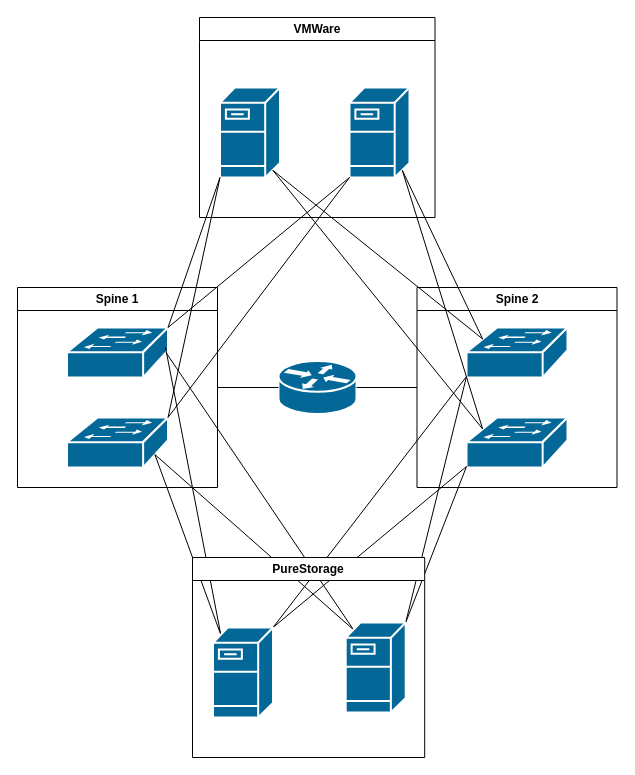
The draw.io diagram 2_Spines.drawio in adamrt918/Diagram, before the edit. Source tidied: cells renumbered, new cells numbered last; positions are measured from the earlier drawing's top-left corner, leaving out a move shared by most shapes. Both pictures are drawn from the tidied source at 100%, with x=0, y=0 at pixel (17, 17).
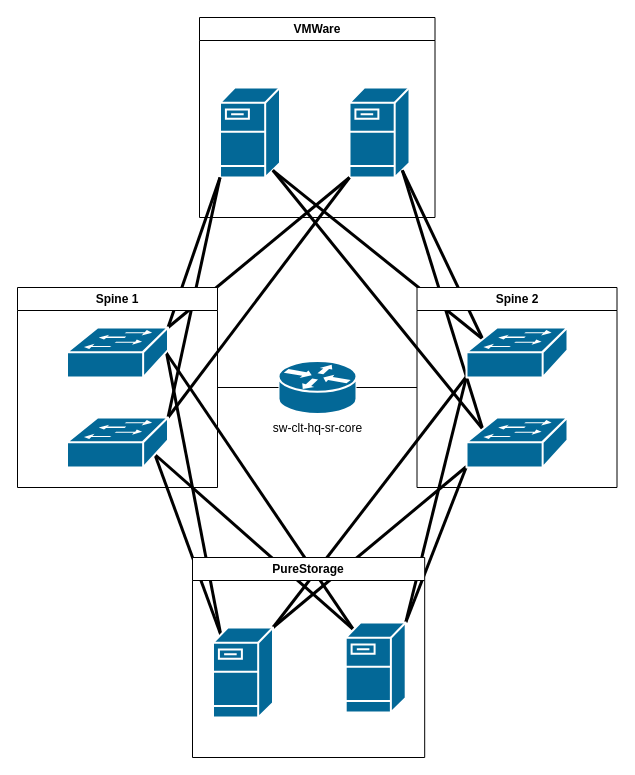
Above is the later version.

Unchanged cells that the change refers to:
```xml
<mxCell id="11" value="VMWare" style="swimlane;whiteSpace=wrap;html=1;" parent="1" vertex="1">
  <mxGeometry x="182" width="235.5" height="200" as="geometry" />
</mxCell>
<mxCell id="22" value="PureStorage" style="swimlane;whiteSpace=wrap;html=1;" parent="1" vertex="1">
  <mxGeometry x="175" y="540" width="232.2" height="200" as="geometry" />
</mxCell>
```

The edit, as a diff of the source:
```diff
@@
-    <mxCell id="2" style="shape=mxgraph.cisco.switches.workgroup_switch;sketch=0;html=1;dashed=0;fillColor=#036897;strokeColor=#ffffff;strokeWidth=2;verticalLabelPosition=bottom;verticalAlign=top;align=center;outlineConnect=0;" parent="1" vertex="1">
-      <mxGeometry x="49.5" y="310" width="101" height="50" as="geometry" />
-    </mxCell>
-    <mxCell id="3" style="shape=mxgraph.cisco.switches.workgroup_switch;sketch=0;html=1;dashed=0;fillColor=#036897;strokeColor=#ffffff;strokeWidth=2;verticalLabelPosition=bottom;verticalAlign=top;align=center;outlineConnect=0;" parent="1" vertex="1">
-      <mxGeometry x="49.5" y="400" width="101" height="50" as="geometry" />
-    </mxCell>
-    <mxCell id="4" value="Spine 1" style="swimlane;whiteSpace=wrap;html=1;" parent="1" vertex="1">
-      <mxGeometry y="270" width="200" height="200" as="geometry" />
-    </mxCell>
-    <mxCell id="5" style="shape=mxgraph.cisco.switches.workgroup_switch;sketch=0;html=1;dashed=0;fillColor=#036897;strokeColor=#ffffff;strokeWidth=2;verticalLabelPosition=bottom;verticalAlign=top;align=center;outlineConnect=0;" parent="1" vertex="1">
-      <mxGeometry x="449" y="310" width="101" height="50" as="geometry" />
-    </mxCell>
-    <mxCell id="6" style="shape=mxgraph.cisco.switches.workgroup_switch;sketch=0;html=1;dashed=0;fillColor=#036897;strokeColor=#ffffff;strokeWidth=2;verticalLabelPosition=bottom;verticalAlign=top;align=center;outlineConnect=0;" parent="1" vertex="1">
-      <mxGeometry x="449" y="400" width="101" height="50" as="geometry" />
-    </mxCell>
-    <mxCell id="7" value="Spine 2" style="swimlane;whiteSpace=wrap;html=1;" parent="1" vertex="1">
-      <mxGeometry x="399.5" y="270" width="200" height="200" as="geometry" />
-    </mxCell>
-    <mxCell id="8" style="shape=mxgraph.cisco.routers.router;sketch=0;html=1;dashed=0;fillColor=#036897;strokeColor=#ffffff;strokeWidth=2;verticalLabelPosition=bottom;verticalAlign=top;align=center;outlineConnect=0;" parent="1" vertex="1">
+    <mxCell id="8" value="sw-clt-hq-sr-core" style="shape=mxgraph.cisco.routers.router;sketch=0;html=1;dashed=0;fillColor=#036897;strokeColor=#ffffff;strokeWidth=2;verticalLabelPosition=bottom;verticalAlign=top;align=center;outlineConnect=0;" parent="1" vertex="1">
       <mxGeometry x="261" y="343.5" width="78" height="53" as="geometry" />
     </mxCell>
@@
-    <mxCell id="12" style="shape=mxgraph.cisco.servers.fileserver;sketch=0;html=1;dashed=0;fillColor=#036897;strokeColor=#ffffff;strokeWidth=2;verticalLabelPosition=bottom;verticalAlign=top;align=center;outlineConnect=0;" parent="11" vertex="1">
+    <mxCell id="12" style="shape=mxgraph.cisco.servers.fileserver;sketch=0;html=1;dashed=0;fillColor=light-dark(#036897,#99FF99);strokeColor=#ffffff;strokeWidth=2;verticalLabelPosition=bottom;verticalAlign=top;align=center;outlineConnect=0;" parent="11" vertex="1">
       <mxGeometry x="20.5" y="70" width="60" height="90" as="geometry" />
     </mxCell>
-    <mxCell id="13" style="shape=mxgraph.cisco.servers.fileserver;sketch=0;html=1;dashed=0;fillColor=#036897;strokeColor=#ffffff;strokeWidth=2;verticalLabelPosition=bottom;verticalAlign=top;align=center;outlineConnect=0;" parent="11" vertex="1">
+    <mxCell id="13" style="shape=mxgraph.cisco.servers.fileserver;sketch=0;html=1;dashed=0;fillColor=light-dark(#036897,#99FF99);strokeColor=#ffffff;strokeWidth=2;verticalLabelPosition=bottom;verticalAlign=top;align=center;outlineConnect=0;" parent="11" vertex="1">
       <mxGeometry x="150" y="70" width="60" height="90" as="geometry" />
     </mxCell>
-    <mxCell id="14" style="endArrow=none;html=1;rounded=0;exitX=0.13;exitY=0.08;exitDx=0;exitDy=0;exitPerimeter=0;" parent="1" edge="1" source="23">
+    <mxCell id="14" style="endArrow=none;html=1;rounded=0;exitX=0.13;exitY=0.08;exitDx=0;exitDy=0;exitPerimeter=0;strokeWidth=3;strokeColor=light-dark(#000000,#FF99CC);" parent="1" edge="1" source="23">
       <mxGeometry relative="1" as="geometry">
         <mxPoint x="148" y="330" as="targetPoint" />
       </mxGeometry>
     </mxCell>
-    <mxCell id="15" style="endArrow=none;html=1;rounded=0;entryX=0.87;entryY=0.74;entryDx=0;entryDy=0;entryPerimeter=0;exitX=0.13;exitY=0.08;exitDx=0;exitDy=0;exitPerimeter=0;" parent="1" edge="1" source="23" target="3">
+    <mxCell id="15" style="endArrow=none;html=1;rounded=0;entryX=0.87;entryY=0.74;entryDx=0;entryDy=0;entryPerimeter=0;exitX=0.13;exitY=0.08;exitDx=0;exitDy=0;exitPerimeter=0;strokeWidth=3;strokeColor=light-dark(#000000,#FF99CC);" parent="1" edge="1" source="23" target="3">
       <mxGeometry relative="1" as="geometry" />
     </mxCell>
-    <mxCell id="16" style="endArrow=none;html=1;rounded=0;exitX=0.13;exitY=0.08;exitDx=0;exitDy=0;exitPerimeter=0;entryX=0.87;entryY=0.74;entryDx=0;entryDy=0;entryPerimeter=0;" parent="1" edge="1" source="24" target="3">
+    <mxCell id="16" style="endArrow=none;html=1;rounded=0;exitX=0.13;exitY=0.08;exitDx=0;exitDy=0;exitPerimeter=0;entryX=0.87;entryY=0.74;entryDx=0;entryDy=0;entryPerimeter=0;strokeWidth=3;strokeColor=light-dark(#000000,#FF99CC);" parent="1" edge="1" source="24" target="3">
       <mxGeometry relative="1" as="geometry" />
     </mxCell>
-    <mxCell id="17" style="endArrow=none;html=1;rounded=0;entryX=0.98;entryY=0.5;entryDx=0;entryDy=0;entryPerimeter=0;exitX=0.13;exitY=0.08;exitDx=0;exitDy=0;exitPerimeter=0;" parent="1" edge="1" source="24" target="2">
+    <mxCell id="17" style="endArrow=none;html=1;rounded=0;entryX=0.98;entryY=0.5;entryDx=0;entryDy=0;entryPerimeter=0;exitX=0.13;exitY=0.08;exitDx=0;exitDy=0;exitPerimeter=0;strokeWidth=3;strokeColor=light-dark(#000000,#FF99CC);" parent="1" edge="1" source="24" target="2">
       <mxGeometry relative="1" as="geometry" />
     </mxCell>
-    <mxCell id="18" style="endArrow=none;html=1;rounded=0;entryX=0;entryY=0.98;entryDx=0;entryDy=0;entryPerimeter=0;exitX=1;exitY=0;exitDx=0;exitDy=0;exitPerimeter=0;" parent="1" edge="1" source="23" target="6">
+    <mxCell id="18" style="endArrow=none;html=1;rounded=0;entryX=0;entryY=0.98;entryDx=0;entryDy=0;entryPerimeter=0;exitX=1;exitY=0;exitDx=0;exitDy=0;exitPerimeter=0;strokeColor=light-dark(#000000,#FF99CC);strokeWidth=3;" parent="1" edge="1" source="23" target="6">
       <mxGeometry relative="1" as="geometry" />
     </mxCell>
-    <mxCell id="19" style="endArrow=none;html=1;rounded=0;entryX=0;entryY=0.98;entryDx=0;entryDy=0;entryPerimeter=0;exitX=1;exitY=0;exitDx=0;exitDy=0;exitPerimeter=0;" parent="1" edge="1" source="23" target="5">
+    <mxCell id="19" style="endArrow=none;html=1;rounded=0;entryX=0;entryY=0.98;entryDx=0;entryDy=0;entryPerimeter=0;exitX=1;exitY=0;exitDx=0;exitDy=0;exitPerimeter=0;strokeWidth=3;strokeColor=light-dark(#000000,#FF99CC);" parent="1" edge="1" source="23" target="5">
       <mxGeometry relative="1" as="geometry" />
     </mxCell>
-    <mxCell id="20" style="endArrow=none;html=1;rounded=0;entryX=0;entryY=0.98;entryDx=0;entryDy=0;entryPerimeter=0;exitX=1;exitY=0;exitDx=0;exitDy=0;exitPerimeter=0;" parent="1" edge="1" source="24" target="5">
+    <mxCell id="20" style="endArrow=none;html=1;rounded=0;entryX=0;entryY=0.98;entryDx=0;entryDy=0;entryPerimeter=0;exitX=1;exitY=0;exitDx=0;exitDy=0;exitPerimeter=0;strokeColor=light-dark(#000000,#FF99CC);strokeWidth=3;" parent="1" edge="1" source="24" target="5">
       <mxGeometry relative="1" as="geometry" />
     </mxCell>
-    <mxCell id="21" style="endArrow=none;html=1;rounded=0;entryX=0;entryY=0.98;entryDx=0;entryDy=0;entryPerimeter=0;exitX=1;exitY=0;exitDx=0;exitDy=0;exitPerimeter=0;" parent="1" edge="1" source="24" target="6">
+    <mxCell id="21" style="endArrow=none;html=1;rounded=0;entryX=0;entryY=0.98;entryDx=0;entryDy=0;entryPerimeter=0;exitX=1;exitY=0;exitDx=0;exitDy=0;exitPerimeter=0;strokeWidth=3;strokeColor=light-dark(#000000,#FF99CC);" parent="1" edge="1" source="24" target="6">
       <mxGeometry relative="1" as="geometry" />
     </mxCell>
@@
-    <mxCell id="23" style="shape=mxgraph.cisco.servers.fileserver;sketch=0;html=1;dashed=0;fillColor=#036897;strokeColor=#ffffff;strokeWidth=2;verticalLabelPosition=bottom;verticalAlign=top;align=center;outlineConnect=0;" parent="22" vertex="1">
+    <mxCell id="23" style="shape=mxgraph.cisco.servers.fileserver;sketch=0;html=1;dashed=0;fillColor=light-dark(#036897,#FF99CC);strokeColor=#ffffff;strokeWidth=2;verticalLabelPosition=bottom;verticalAlign=top;align=center;outlineConnect=0;" parent="22" vertex="1">
       <mxGeometry x="20.5" y="70" width="60" height="90" as="geometry" />
     </mxCell>
-    <mxCell id="24" style="shape=mxgraph.cisco.servers.fileserver;sketch=0;html=1;dashed=0;fillColor=#036897;strokeColor=#ffffff;strokeWidth=2;verticalLabelPosition=bottom;verticalAlign=top;align=center;outlineConnect=0;" parent="22" vertex="1">
+    <mxCell id="24" style="shape=mxgraph.cisco.servers.fileserver;sketch=0;html=1;dashed=0;fillColor=light-dark(#036897,#FF99CC);strokeColor=#ffffff;strokeWidth=2;verticalLabelPosition=bottom;verticalAlign=top;align=center;outlineConnect=0;" parent="22" vertex="1">
       <mxGeometry x="153.2" y="65" width="60" height="90" as="geometry" />
     </mxCell>
-    <mxCell id="25" style="endArrow=none;html=1;rounded=0;entryX=0;entryY=1;entryDx=0;entryDy=0;entryPerimeter=0;exitX=1;exitY=0;exitDx=0;exitDy=0;exitPerimeter=0;" parent="1" edge="1" source="2" target="12">
+    <mxCell id="25" style="endArrow=none;html=1;rounded=0;entryX=0;entryY=1;entryDx=0;entryDy=0;entryPerimeter=0;exitX=1;exitY=0;exitDx=0;exitDy=0;exitPerimeter=0;strokeWidth=3;strokeColor=light-dark(#000000,#99FF99);" parent="1" edge="1" source="2" target="12">
       <mxGeometry relative="1" as="geometry" />
     </mxCell>
-    <mxCell id="26" style="endArrow=none;html=1;rounded=0;entryX=0.88;entryY=0.92;entryDx=0;entryDy=0;entryPerimeter=0;exitX=0.16;exitY=0.23;exitDx=0;exitDy=0;exitPerimeter=0;" parent="1" edge="1" source="5" target="12">
+    <mxCell id="26" style="endArrow=none;html=1;rounded=0;entryX=0.88;entryY=0.92;entryDx=0;entryDy=0;entryPerimeter=0;exitX=0.16;exitY=0.23;exitDx=0;exitDy=0;exitPerimeter=0;strokeColor=light-dark(#000000,#99FF99);strokeWidth=3;" parent="1" edge="1" source="5" target="12">
       <mxGeometry relative="1" as="geometry" />
     </mxCell>
-    <mxCell id="27" style="endArrow=none;html=1;rounded=0;entryX=0.88;entryY=0.92;entryDx=0;entryDy=0;entryPerimeter=0;exitX=0.16;exitY=0.23;exitDx=0;exitDy=0;exitPerimeter=0;" parent="1" edge="1" source="5" target="13">
+    <mxCell id="27" style="endArrow=none;html=1;rounded=0;entryX=0.88;entryY=0.92;entryDx=0;entryDy=0;entryPerimeter=0;exitX=0.16;exitY=0.23;exitDx=0;exitDy=0;exitPerimeter=0;strokeColor=light-dark(#000000,#99FF99);strokeWidth=3;" parent="1" edge="1" source="5" target="13">
       <mxGeometry relative="1" as="geometry" />
     </mxCell>
-    <mxCell id="28" style="endArrow=none;html=1;rounded=0;entryX=0.88;entryY=0.92;entryDx=0;entryDy=0;entryPerimeter=0;exitX=0.16;exitY=0.23;exitDx=0;exitDy=0;exitPerimeter=0;" parent="1" edge="1" source="6" target="12">
+    <mxCell id="28" style="endArrow=none;html=1;rounded=0;entryX=0.88;entryY=0.92;entryDx=0;entryDy=0;entryPerimeter=0;exitX=0.16;exitY=0.23;exitDx=0;exitDy=0;exitPerimeter=0;strokeColor=light-dark(#000000,#99FF99);strokeWidth=3;" parent="1" edge="1" source="6" target="12">
       <mxGeometry relative="1" as="geometry" />
     </mxCell>
-    <mxCell id="29" style="endArrow=none;html=1;rounded=0;entryX=0.88;entryY=0.92;entryDx=0;entryDy=0;entryPerimeter=0;exitX=0.16;exitY=0.23;exitDx=0;exitDy=0;exitPerimeter=0;" parent="1" edge="1" source="6" target="13">
+    <mxCell id="29" style="endArrow=none;html=1;rounded=0;entryX=0.88;entryY=0.92;entryDx=0;entryDy=0;entryPerimeter=0;exitX=0.16;exitY=0.23;exitDx=0;exitDy=0;exitPerimeter=0;strokeColor=light-dark(#000000,#99FF99);strokeWidth=3;" parent="1" edge="1" source="6" target="13">
       <mxGeometry relative="1" as="geometry" />
     </mxCell>
-    <mxCell id="30" style="endArrow=none;html=1;rounded=0;entryX=0;entryY=1;entryDx=0;entryDy=0;entryPerimeter=0;exitX=1;exitY=0;exitDx=0;exitDy=0;exitPerimeter=0;" parent="1" edge="1" source="3" target="12">
+    <mxCell id="30" style="endArrow=none;html=1;rounded=0;entryX=0;entryY=1;entryDx=0;entryDy=0;entryPerimeter=0;exitX=1;exitY=0;exitDx=0;exitDy=0;exitPerimeter=0;strokeWidth=3;strokeColor=light-dark(#000000,#99FF99);" parent="1" edge="1" source="3" target="12">
       <mxGeometry relative="1" as="geometry" />
     </mxCell>
-    <mxCell id="31" style="endArrow=none;html=1;rounded=0;entryX=0;entryY=1;entryDx=0;entryDy=0;entryPerimeter=0;exitX=1;exitY=0;exitDx=0;exitDy=0;exitPerimeter=0;" parent="1" edge="1" source="2" target="13">
+    <mxCell id="31" style="endArrow=none;html=1;rounded=0;entryX=0;entryY=1;entryDx=0;entryDy=0;entryPerimeter=0;exitX=1;exitY=0;exitDx=0;exitDy=0;exitPerimeter=0;strokeWidth=3;strokeColor=light-dark(#000000,#99FF99);" parent="1" edge="1" source="2" target="13">
       <mxGeometry relative="1" as="geometry" />
     </mxCell>
-    <mxCell id="32" style="endArrow=none;html=1;rounded=0;entryX=0;entryY=1;entryDx=0;entryDy=0;entryPerimeter=0;exitX=1;exitY=0;exitDx=0;exitDy=0;exitPerimeter=0;" parent="1" edge="1" source="3" target="13">
+    <mxCell id="32" style="endArrow=none;html=1;rounded=0;entryX=0;entryY=1;entryDx=0;entryDy=0;entryPerimeter=0;exitX=1;exitY=0;exitDx=0;exitDy=0;exitPerimeter=0;strokeColor=light-dark(#000000,#99FF99);strokeWidth=3;" parent="1" edge="1" source="3" target="13">
       <mxGeometry relative="1" as="geometry" />
     </mxCell>
+    <mxCell id="33" style="group;" parent="1" vertex="1">
+      <mxGeometry x="399.5" y="270" width="200" height="200" as="geometry" />
+    </mxCell>
+    <mxCell id="5" style="shape=mxgraph.cisco.switches.workgroup_switch;sketch=0;html=1;dashed=0;fillColor=#036897;strokeColor=#ffffff;strokeWidth=2;verticalLabelPosition=bottom;verticalAlign=top;align=center;outlineConnect=0;" parent="33" vertex="1">
+      <mxGeometry x="49.5" y="40" width="101" height="50" as="geometry" />
+    </mxCell>
+    <mxCell id="6" style="shape=mxgraph.cisco.switches.workgroup_switch;sketch=0;html=1;dashed=0;fillColor=#036897;strokeColor=#ffffff;strokeWidth=2;verticalLabelPosition=bottom;verticalAlign=top;align=center;outlineConnect=0;" parent="33" vertex="1">
+      <mxGeometry x="49.5" y="130" width="101" height="50" as="geometry" />
+    </mxCell>
+    <mxCell id="7" value="Spine 2" style="swimlane;whiteSpace=wrap;html=1;" parent="33" vertex="1">
+      <mxGeometry width="200" height="200" as="geometry" />
+    </mxCell>
+    <mxCell id="34" style="group;" parent="1" vertex="1">
+      <mxGeometry y="270" width="200" height="200" as="geometry" />
+    </mxCell>
+    <mxCell id="2" style="shape=mxgraph.cisco.switches.workgroup_switch;sketch=0;html=1;dashed=0;fillColor=#036897;strokeColor=#ffffff;strokeWidth=2;verticalLabelPosition=bottom;verticalAlign=top;align=center;outlineConnect=0;" parent="34" vertex="1">
+      <mxGeometry x="49.5" y="40" width="101" height="50" as="geometry" />
+    </mxCell>
+    <mxCell id="3" style="shape=mxgraph.cisco.switches.workgroup_switch;sketch=0;html=1;dashed=0;fillColor=#036897;strokeColor=#ffffff;strokeWidth=2;verticalLabelPosition=bottom;verticalAlign=top;align=center;outlineConnect=0;" parent="34" vertex="1">
+      <mxGeometry x="49.5" y="130" width="101" height="50" as="geometry" />
+    </mxCell>
+    <mxCell id="4" value="Spine 1" style="swimlane;whiteSpace=wrap;html=1;" parent="34" vertex="1">
+      <mxGeometry width="200" height="200" as="geometry" />
+    </mxCell>
```
